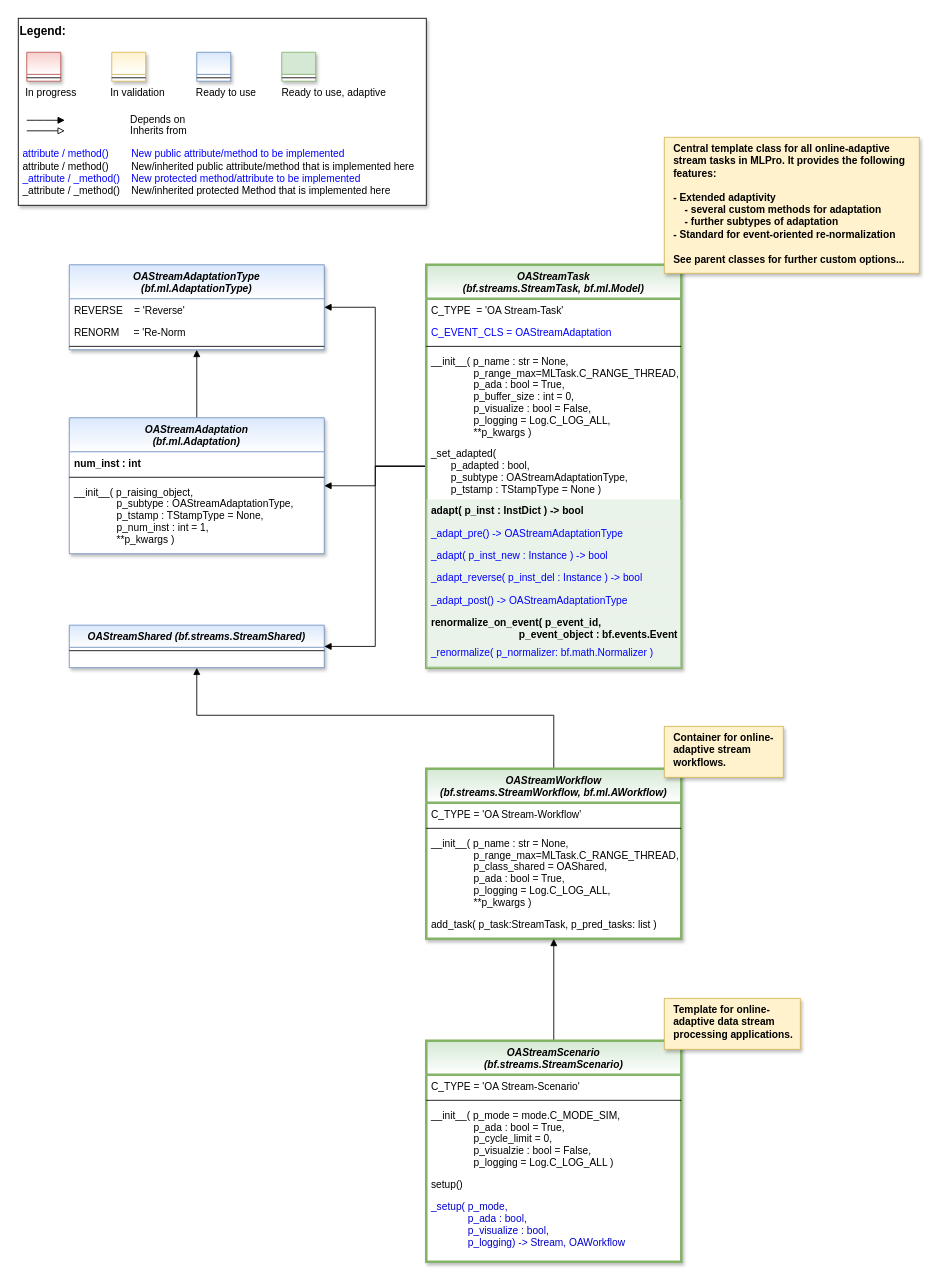
This is doc/rtd/content/99_appendices/appendix2/sub/mlpro_oa/streams/00_basics/images/MLPro-OA-Stream-Processing_class_diagram.drawio from fhswf/MLPro, a draw.io file, before an edit. Source tidied: cells renumbered, new cells numbered last; positions are measured from the earlier drawing's top-left corner, leaving out a move shared by most shapes. Both pictures are drawn from the tidied source at 85%, with x=0, y=0 at pixel (18, 18).
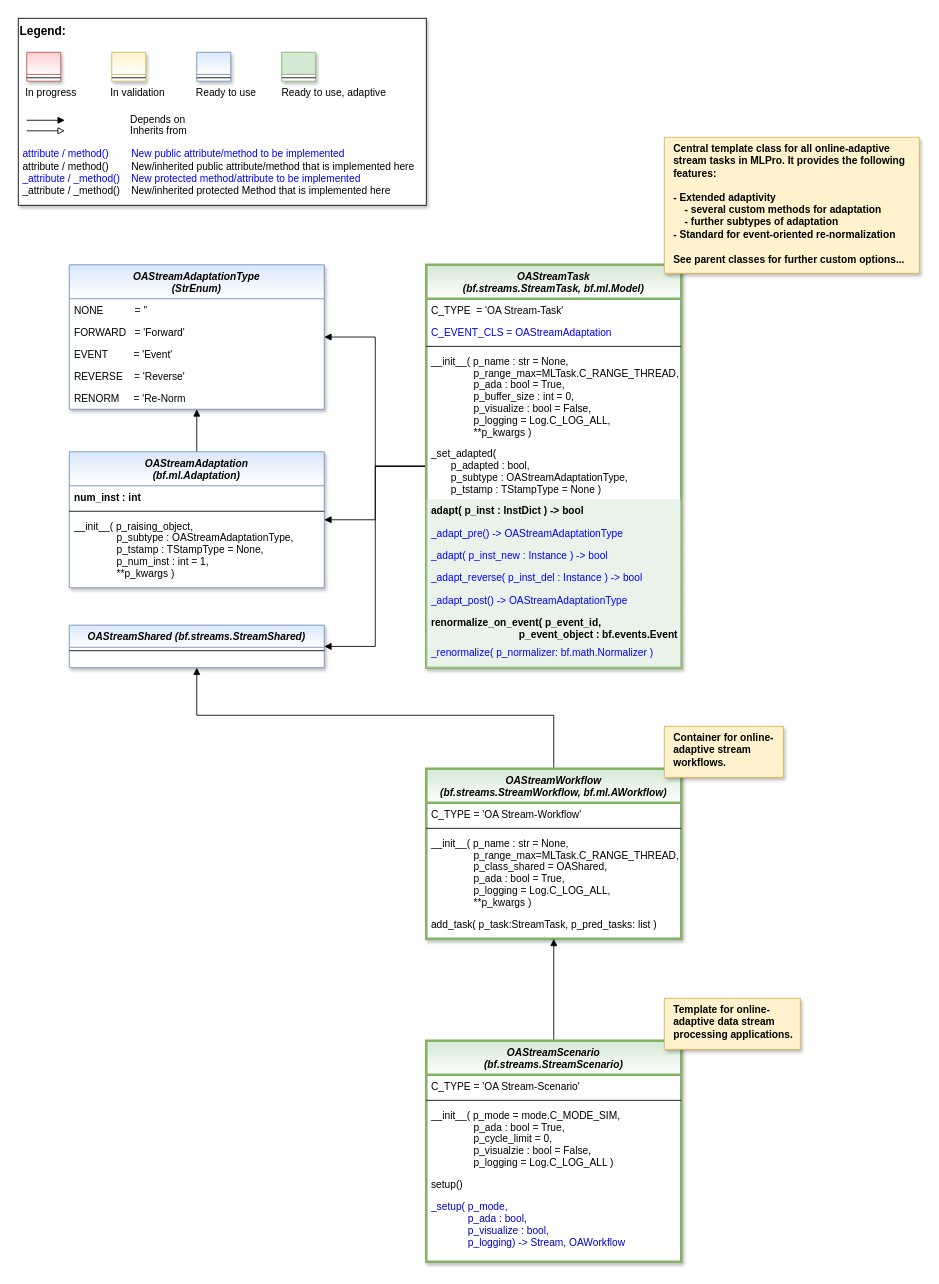
The same page after the edit.

The edit, as a diff of the source:
```diff
@@
     <mxCell id="46" value="OAStreamAdaptation&#10;(bf.ml.Adaptation)" style="swimlane;fontStyle=3;align=center;verticalAlign=top;horizontal=1;startSize=40;rounded=0;shadow=1;strokeWidth=1;fillColor=#dae8fc;strokeColor=#6c8ebf;swimlaneFillColor=#ffffff;gradientColor=#FFFFFF;" parent="1" vertex="1">
-      <mxGeometry x="60" y="470" width="300" height="160" as="geometry" />
+      <mxGeometry x="60" y="510" width="300" height="160" as="geometry" />
     </mxCell>
@@
-    <mxCell id="53" value="OAStreamAdaptationType&#10;(bf.ml.AdaptationType)" style="swimlane;fontStyle=3;align=center;verticalAlign=top;horizontal=1;startSize=40;rounded=0;shadow=1;strokeWidth=1;fillColor=#dae8fc;strokeColor=#6c8ebf;swimlaneFillColor=#ffffff;gradientColor=#FFFFFF;" parent="1" vertex="1">
-      <mxGeometry x="60" y="290" width="300" height="100" as="geometry" />
+    <mxCell id="53" value="OAStreamAdaptationType&#10;(StrEnum)" style="swimlane;fontStyle=3;align=center;verticalAlign=top;horizontal=1;startSize=40;rounded=0;shadow=1;strokeWidth=1;fillColor=#dae8fc;strokeColor=#6c8ebf;swimlaneFillColor=#ffffff;gradientColor=#FFFFFF;" parent="1" vertex="1">
+      <mxGeometry x="60" y="290" width="300" height="170" as="geometry" />
     </mxCell>
+    <mxCell id="57" value="NONE           = ''" style="text;align=left;verticalAlign=top;spacingLeft=4;spacingRight=4;overflow=hidden;" parent="53" vertex="1">
+      <mxGeometry y="40" width="300" height="26" as="geometry" />
+    </mxCell>
+    <mxCell id="58" value="FORWARD   = 'Forward'" style="text;align=left;verticalAlign=top;spacingLeft=4;spacingRight=4;overflow=hidden;" parent="53" vertex="1">
+      <mxGeometry y="66" width="300" height="26" as="geometry" />
+    </mxCell>
+    <mxCell id="59" value="EVENT         = 'Event'" style="text;align=left;verticalAlign=top;spacingLeft=4;spacingRight=4;overflow=hidden;" parent="53" vertex="1">
+      <mxGeometry y="92" width="300" height="26" as="geometry" />
+    </mxCell>
     <mxCell id="54" value="REVERSE    = 'Reverse'" style="text;align=left;verticalAlign=top;spacingLeft=4;spacingRight=4;overflow=hidden;" parent="53" vertex="1">
-      <mxGeometry y="40" width="300" height="26" as="geometry" />
+      <mxGeometry y="118" width="300" height="26" as="geometry" />
     </mxCell>
     <mxCell id="55" value="RENORM     = 'Re-Norm" style="text;align=left;verticalAlign=top;spacingLeft=4;spacingRight=4;overflow=hidden;" parent="53" vertex="1">
-      <mxGeometry y="66" width="300" height="26" as="geometry" />
+      <mxGeometry y="144" width="300" height="26" as="geometry" />
     </mxCell>
-    <mxCell id="56" style="line;html=1;strokeWidth=1;align=left;verticalAlign=middle;spacingTop=-1;spacingLeft=3;spacingRight=3;labelPosition=right;" parent="53" vertex="1">
-      <mxGeometry y="92" width="300" height="8" as="geometry" />
-    </mxCell>
```
